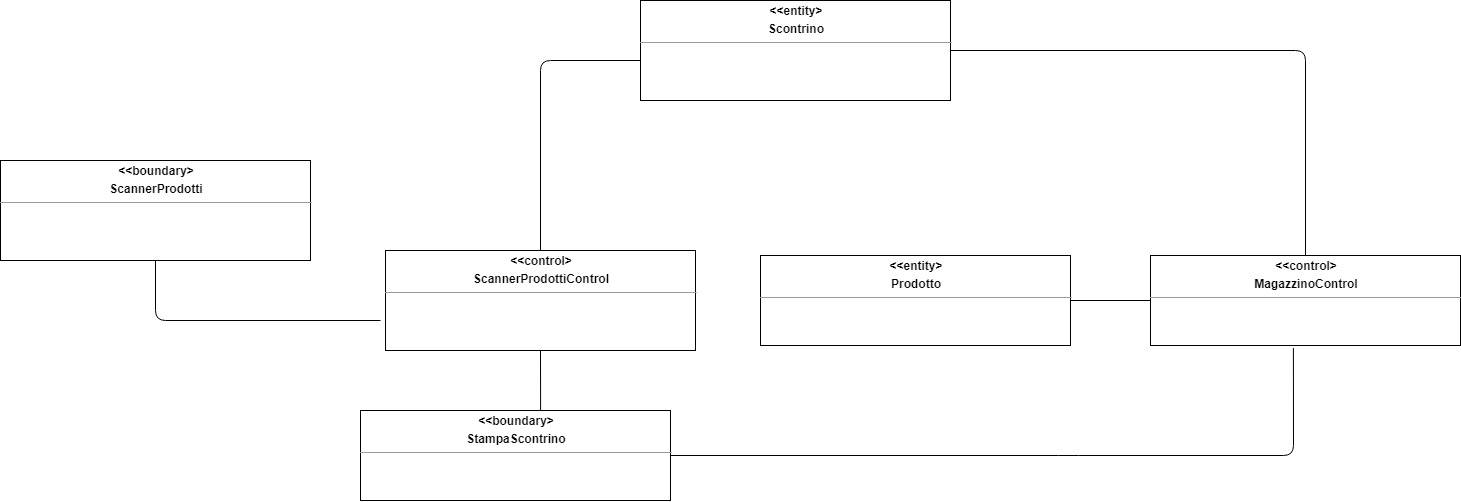
Before: documentazioneRAD/Object&SequenceDiagram/OD_1.png, a diagram exported from draw.io (Ciro-Fusco/NewDM). Source tidied: cells renumbered, new cells last; positions are measured from the earlier drawing's top-left corner, leaving out a move shared by most shapes.
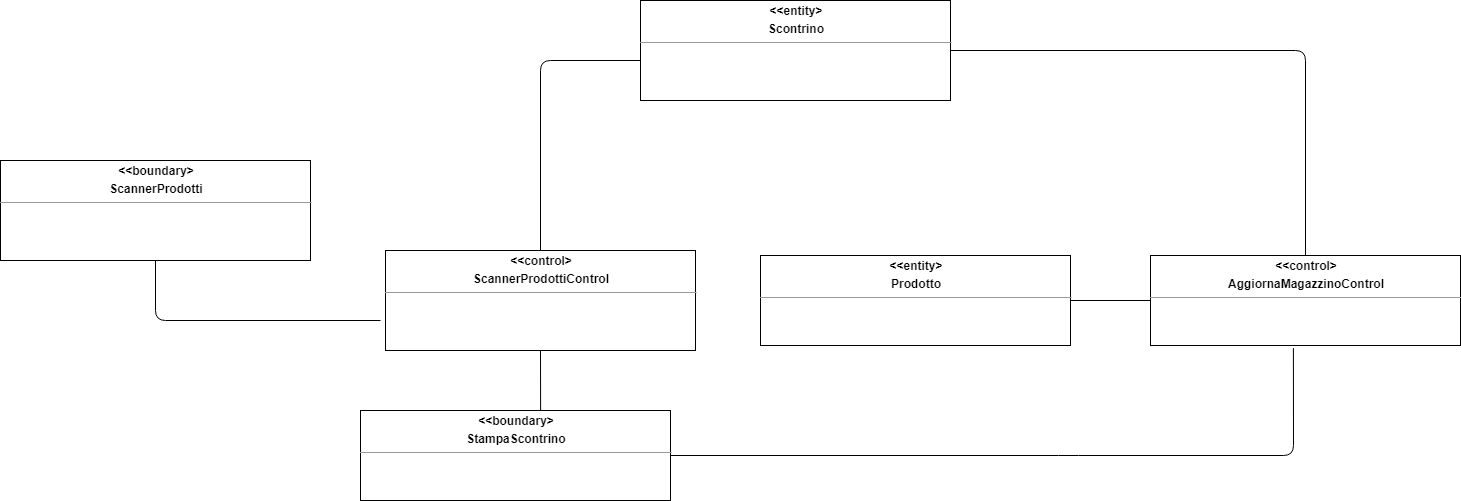
Later version of the same file.

Diff of the diagram source:
```diff
@@ -14,7 +14,7 @@
     <mxCell id="5" value="&lt;p style=&quot;margin: 0px ; margin-top: 4px ; text-align: center&quot;&gt;&lt;b&gt;&amp;lt;&amp;lt;boundary&amp;gt;&lt;/b&gt;&lt;/p&gt;&lt;p style=&quot;margin: 0px ; margin-top: 4px ; text-align: center&quot;&gt;&lt;b&gt;StampaScontrino&lt;/b&gt;&lt;/p&gt;&lt;hr size=&quot;1&quot;&gt;&lt;p style=&quot;margin: 0px ; margin-left: 4px&quot;&gt;&lt;br&gt;&lt;/p&gt;" style="verticalAlign=top;align=left;overflow=fill;fontSize=12;fontFamily=Helvetica;html=1;rounded=0;shadow=0;comic=0;labelBackgroundColor=none;strokeWidth=1;" parent="1" vertex="1">
       <mxGeometry x="360" y="410" width="310" height="90" as="geometry" />
     </mxCell>
-    <mxCell id="6" value="&lt;p style=&quot;margin: 0px ; margin-top: 4px ; text-align: center&quot;&gt;&lt;b&gt;&amp;lt;&amp;lt;control&amp;gt;&lt;/b&gt;&lt;/p&gt;&lt;p style=&quot;margin: 0px ; margin-top: 4px ; text-align: center&quot;&gt;&lt;b&gt;MagazzinoControl&lt;/b&gt;&lt;/p&gt;&lt;hr size=&quot;1&quot;&gt;&lt;p style=&quot;margin: 0px ; margin-left: 4px&quot;&gt;&lt;br&gt;&lt;/p&gt;" style="verticalAlign=top;align=left;overflow=fill;fontSize=12;fontFamily=Helvetica;html=1;rounded=0;shadow=0;comic=0;labelBackgroundColor=none;strokeWidth=1;" parent="1" vertex="1">
+    <mxCell id="6" value="&lt;p style=&quot;margin: 0px ; margin-top: 4px ; text-align: center&quot;&gt;&lt;b&gt;&amp;lt;&amp;lt;control&amp;gt;&lt;/b&gt;&lt;/p&gt;&lt;p style=&quot;margin: 0px ; margin-top: 4px ; text-align: center&quot;&gt;&lt;b&gt;AggiornaMagazzinoControl&lt;/b&gt;&lt;/p&gt;&lt;hr size=&quot;1&quot;&gt;&lt;p style=&quot;margin: 0px ; margin-left: 4px&quot;&gt;&lt;br&gt;&lt;/p&gt;" style="verticalAlign=top;align=left;overflow=fill;fontSize=12;fontFamily=Helvetica;html=1;rounded=0;shadow=0;comic=0;labelBackgroundColor=none;strokeWidth=1;" parent="1" vertex="1">
       <mxGeometry x="1150" y="255" width="310" height="90" as="geometry" />
     </mxCell>
     <mxCell id="7" style="endArrow=none;html=1;strokeColor=#000000;entryX=0.5;entryY=1;entryDx=0;entryDy=0;" parent="1" edge="1" target="3">
```
